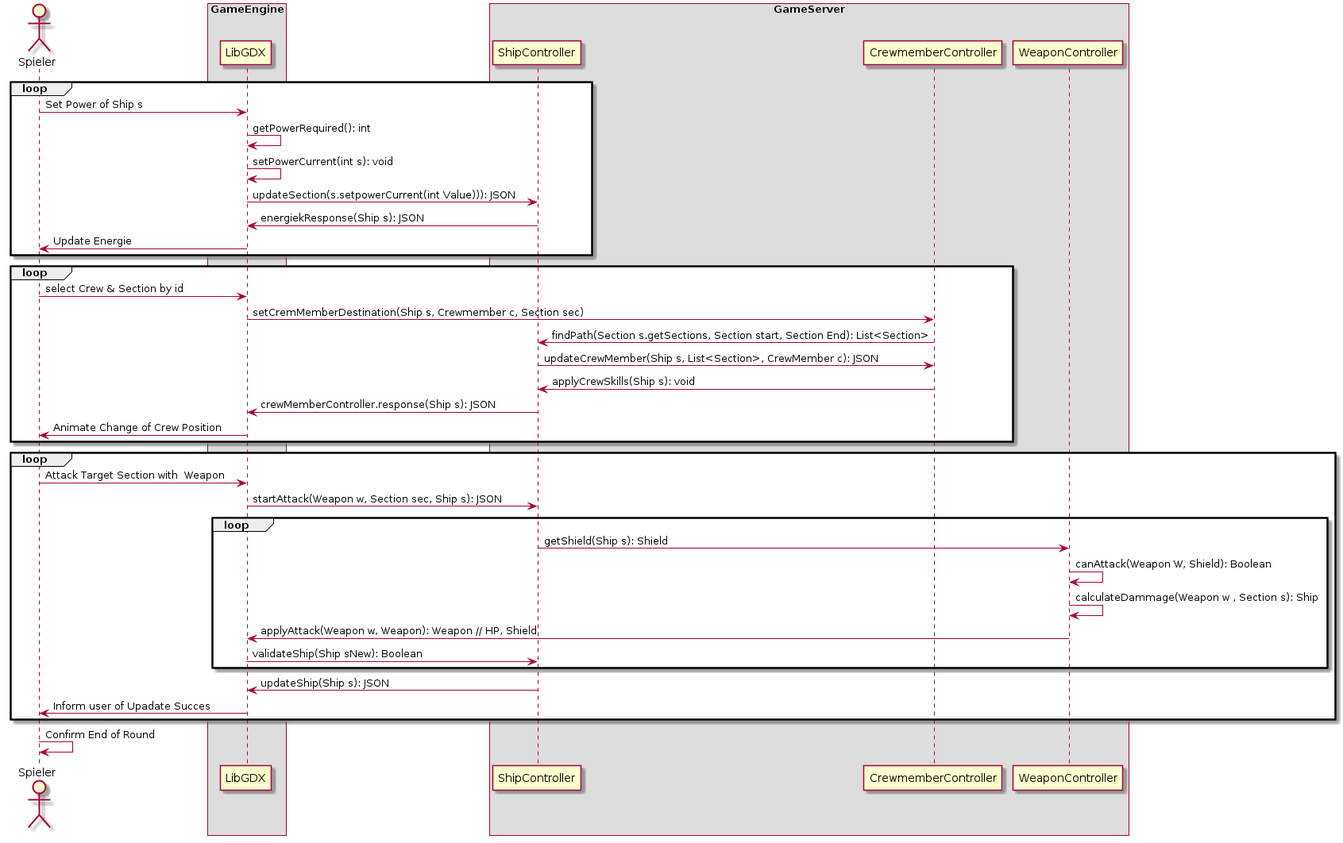
ksreyr/SpaceStudio keeps this PlantUML diagram as docs/Architekturbeschreibung/pics/kampf.png. Above is the earlier version.
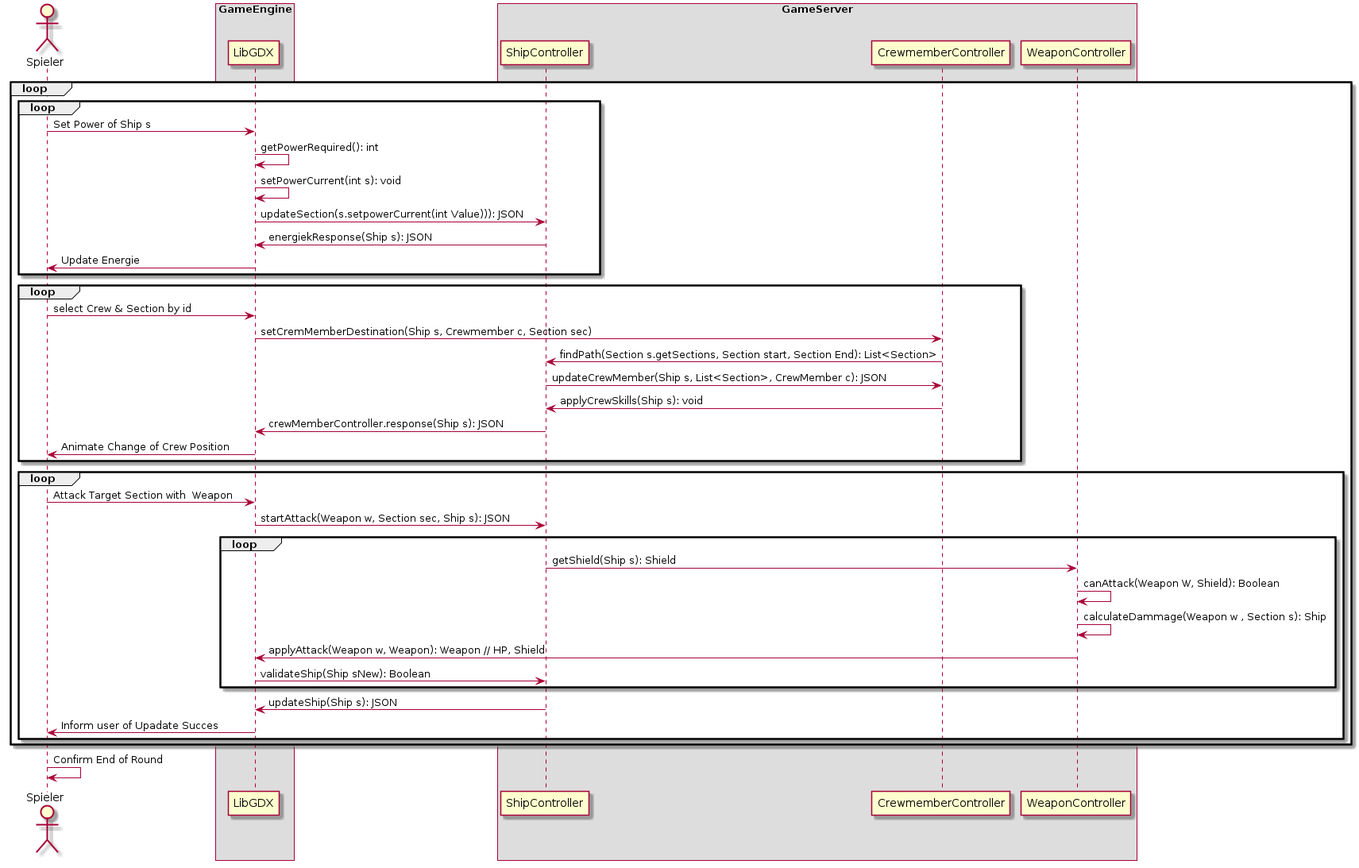
The same diagram one commit later.

Diff of the diagram source:
```diff
@@ -15,40 +15,41 @@
   participant weapon
 end box
 
+loop
+   loop
+   user -> client: Set Power of Ship s
+   client -> client: getPowerRequired(): int
+   client -> client: setPowerCurrent(int s): void
+   client -> ship: updateSection(s.setpowerCurrent(int Value))): JSON
+   ship -> client: energiekResponse(Ship s): JSON
+   client -> user: Update Energie
 
-loop
-user -> client: Set Power of Ship s
-client -> client: getPowerRequired(): int
-client -> client: setPowerCurrent(int s): void
-client -> ship: updateSection(s.setpowerCurrent(int Value))): JSON
-ship -> client: energiekResponse(Ship s): JSON
-client -> user: Update Energie
+   end loop
 
-end loop
+   loop
+        user -> client: select Crew & Section by id
+        client -> crew: setCremMemberDestination(Ship s, Crewmember c, Section sec)
+        crew -> ship: findPath(Section s.getSections, Section start, Section End): List<Section>
+        ship -> crew: updateCrewMember(Ship s, List<Section>, CrewMember c): JSON
+        crew -> ship: applyCrewSkills(Ship s): void
+        ship -> client: crewMemberController.response(Ship s): JSON
+        client -> user: Animate Change of Crew Position
+   end loop
 
-loop
-     user -> client: select Crew & Section by id
-     client -> crew: setCremMemberDestination(Ship s, Crewmember c, Section sec)
-     crew -> ship: findPath(Section s.getSections, Section start, Section End): List<Section>
-     ship -> crew: updateCrewMember(Ship s, List<Section>, CrewMember c): JSON
-     crew -> ship: applyCrewSkills(Ship s): void
-     ship -> client: crewMemberController.response(Ship s): JSON
-     client -> user: Animate Change of Crew Position
-end loop
+   loop
 
-loop
-
-user -> client: Attack Target Section with  Weapon
-client -> ship: startAttack(Weapon w, Section sec, Ship s): JSON
-    loop
-         ship -> weapon: getShield(Ship s): Shield
-         weapon -> weapon: canAttack(Weapon W, Shield): Boolean
-         weapon -> weapon: calculateDammage(Weapon w , Section s): Ship
-         weapon -> client: applyAttack(Weapon w, Weapon): Weapon // HP, Shield
-         client -> ship: validateShip(Ship sNew): Boolean
-    end loop
-    ship -> client: updateShip(Ship s): JSON
-client -> user: Inform user of Upadate Succes
+   user -> client: Attack Target Section with  Weapon
+   client -> ship: startAttack(Weapon w, Section sec, Ship s): JSON
+       loop
+            ship -> weapon: getShield(Ship s): Shield
+            weapon -> weapon: canAttack(Weapon W, Shield): Boolean
+            weapon -> weapon: calculateDammage(Weapon w , Section s): Ship
+            weapon -> client: applyAttack(Weapon w, Weapon): Weapon // HP, Shield
+            client -> ship: validateShip(Ship sNew): Boolean
+       end loop
+       ship -> client: updateShip(Ship s): JSON
+   client -> user: Inform user of Upadate Succes
+   end loop
 end loop
 
 user -> user: Confirm End of Round
```
